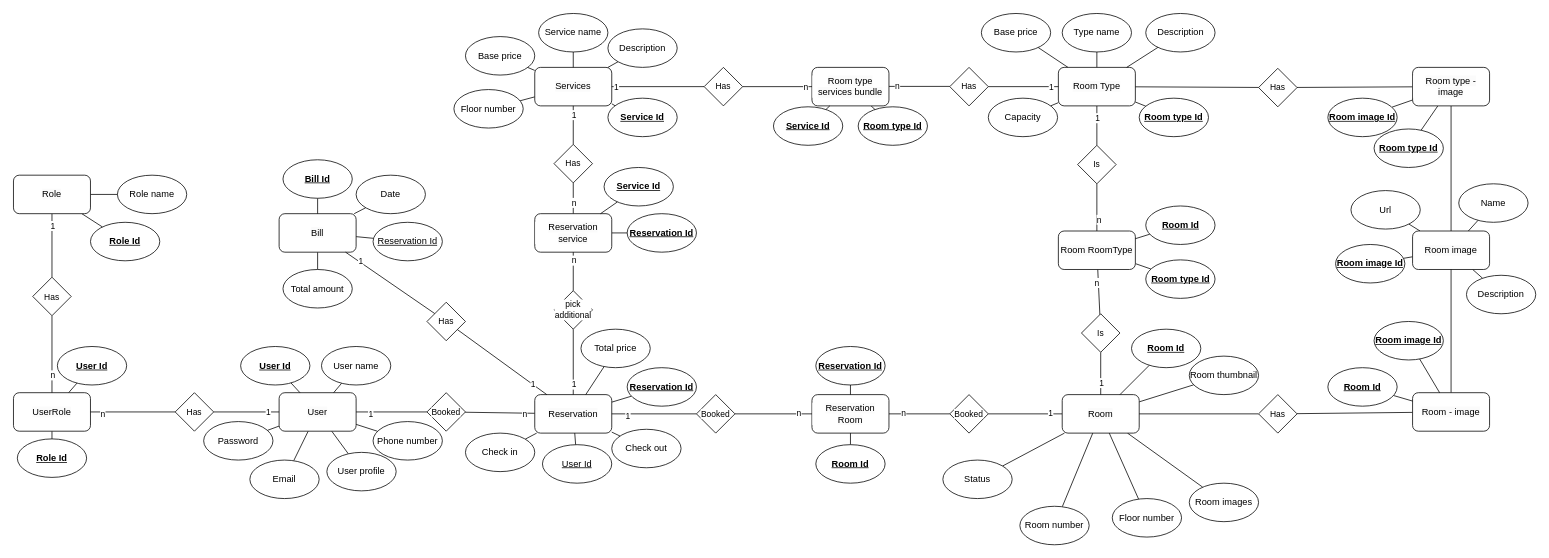
Before: doc/ER-Hotel-Management.drawio in HoangDepTraiBoDoiThe/HotelManagement, a draw.io diagram. Source tidied: cells renumbered, new cells numbered last; positions are measured from the earlier drawing's top-left corner, leaving out a move shared by most shapes. Both pictures are drawn from the tidied source at 77%, with x=0, y=0 at pixel (13, 13).
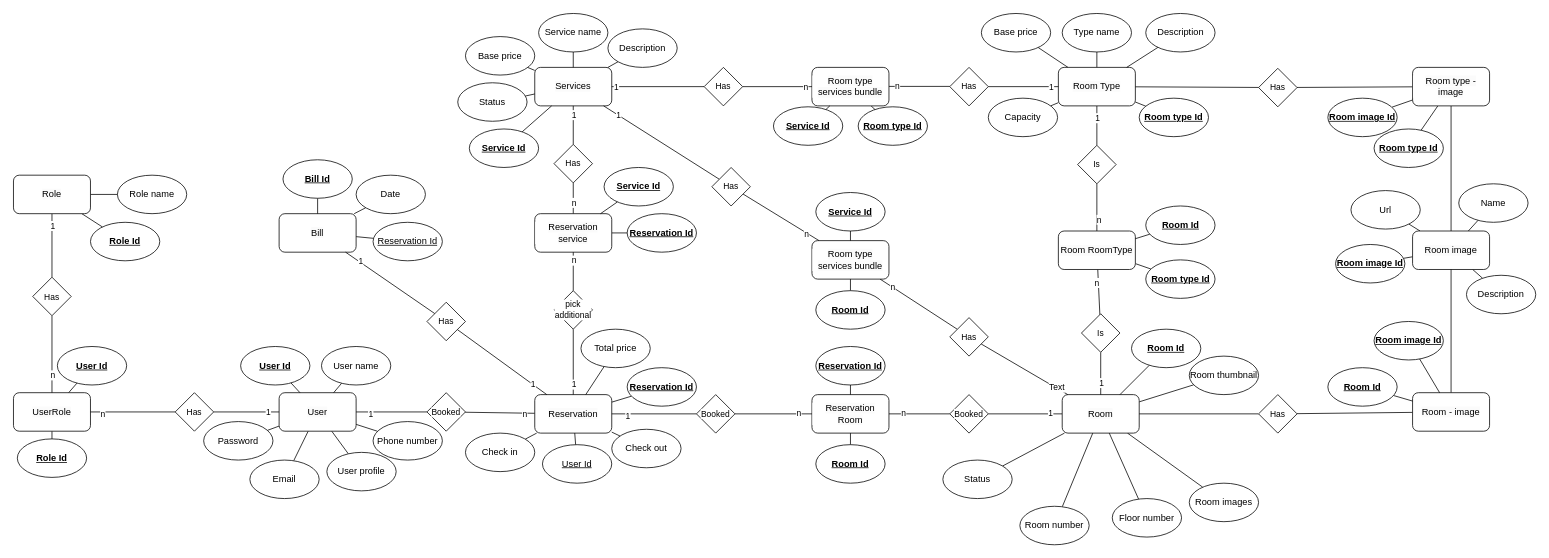
After the change.

The change refers to these unchanged cells:
```xml
<mxCell id="56" value="&lt;span style=&quot;font-size: 12px; background-color: rgb(251, 251, 251);&quot;&gt;Room&lt;/span&gt;" style="rounded=1;whiteSpace=wrap;html=1;fontFamily=Helvetica;fontSize=11;fontColor=default;labelBackgroundColor=default;" parent="1" vertex="1">
  <mxGeometry x="1362" y="495" width="100" height="50" as="geometry" />
</mxCell>
<mxCell id="85" value="&lt;span style=&quot;font-size: 12px; background-color: rgb(251, 251, 251);&quot;&gt;Services&lt;/span&gt;" style="rounded=1;whiteSpace=wrap;html=1;fontFamily=Helvetica;fontSize=11;fontColor=default;labelBackgroundColor=default;" parent="1" vertex="1">
  <mxGeometry x="677" y="70" width="100" height="50" as="geometry" />
</mxCell>
<mxCell id="142" value="&lt;span style=&quot;font-size: 12px; background-color: rgb(251, 251, 251);&quot;&gt;Bill&lt;/span&gt;" style="rounded=1;whiteSpace=wrap;html=1;fontFamily=Helvetica;fontSize=11;fontColor=default;labelBackgroundColor=default;" parent="1" vertex="1">
  <mxGeometry x="345" y="260" width="100" height="50" as="geometry" />
</mxCell>
```

The edit, as a diff of the source:
```diff
@@
-    <mxCell id="82" style="edgeStyle=none;shape=connector;rounded=0;jettySize=auto;html=1;strokeColor=default;align=center;verticalAlign=middle;fontFamily=Helvetica;fontSize=11;fontColor=default;labelBackgroundColor=default;endArrow=none;endFill=0;" parent="1" edge="1" source="85" target="86">
-      <mxGeometry relative="1" as="geometry" />
-    </mxCell>
@@
+    <mxCell id="188" style="edgeStyle=none;shape=connector;rounded=0;jettySize=auto;html=1;strokeColor=default;align=center;verticalAlign=middle;fontFamily=Helvetica;fontSize=11;fontColor=default;labelBackgroundColor=default;endArrow=none;endFill=0;" parent="1" edge="1" source="194" target="56">
+      <mxGeometry relative="1" as="geometry" />
+    </mxCell>
+    <mxCell id="189" value="Text" style="edgeLabel;html=1;align=center;verticalAlign=middle;fontFamily=Helvetica;fontSize=11;fontColor=default;labelBackgroundColor=default;" parent="188" vertex="1">
+      <mxGeometry x="0.74" y="1" relative="1" as="geometry" />
+    </mxCell>
@@
-    <mxCell id="86" value="Floor number" style="ellipse;whiteSpace=wrap;html=1;fontStyle=0;" parent="1" vertex="1">
-      <mxGeometry x="572" y="98.8" width="90" height="50" as="geometry" />
-    </mxCell>
@@
     <mxCell id="88" value="Service Id" style="ellipse;whiteSpace=wrap;html=1;fontStyle=5;" parent="1" vertex="1">
-      <mxGeometry x="772" y="110" width="90" height="50" as="geometry" />
+      <mxGeometry x="592" y="150" width="90" height="50" as="geometry" />
     </mxCell>
@@
-    <mxCell id="140" style="edgeStyle=none;shape=connector;rounded=0;jettySize=auto;html=1;strokeColor=default;align=center;verticalAlign=middle;fontFamily=Helvetica;fontSize=11;fontColor=default;labelBackgroundColor=default;endArrow=none;endFill=0;" parent="1" edge="1" source="142" target="148">
-      <mxGeometry relative="1" as="geometry" />
-    </mxCell>
@@
-    <mxCell id="148" value="Total amount" style="ellipse;whiteSpace=wrap;html=1;fontStyle=0;" parent="1" vertex="1">
-      <mxGeometry x="350" y="332.5" width="90" height="50" as="geometry" />
-    </mxCell>
@@
+    <mxCell id="190" style="edgeStyle=none;shape=connector;rounded=0;jettySize=auto;html=1;strokeColor=default;align=center;verticalAlign=middle;fontFamily=Helvetica;fontSize=11;fontColor=default;labelBackgroundColor=default;endArrow=none;endFill=0;" parent="1" edge="1" source="191" target="85">
+      <mxGeometry relative="1" as="geometry" />
+    </mxCell>
+    <mxCell id="191" value="Status" style="ellipse;whiteSpace=wrap;html=1;fontStyle=0;" parent="1" vertex="1">
+      <mxGeometry x="577" y="90" width="90" height="50" as="geometry" />
+    </mxCell>
+    <mxCell id="192" style="edgeStyle=none;shape=connector;rounded=0;jettySize=auto;html=1;strokeColor=default;align=center;verticalAlign=middle;fontFamily=Helvetica;fontSize=11;fontColor=default;labelBackgroundColor=default;endArrow=none;endFill=0;" parent="1" edge="1" source="197" target="194">
+      <mxGeometry relative="1" as="geometry" />
+    </mxCell>
+    <mxCell id="193" value="n" style="edgeLabel;html=1;align=center;verticalAlign=middle;fontFamily=Helvetica;fontSize=11;fontColor=default;labelBackgroundColor=default;" parent="192" vertex="1">
+      <mxGeometry x="-0.68" relative="1" as="geometry" />
+    </mxCell>
+    <mxCell id="194" value="Has" style="rhombus;whiteSpace=wrap;html=1;fontFamily=Helvetica;fontSize=11;fontColor=default;labelBackgroundColor=default;" parent="1" vertex="1">
+      <mxGeometry x="1216" y="395" width="50" height="50" as="geometry" />
+    </mxCell>
+    <mxCell id="195" style="edgeStyle=none;shape=connector;rounded=0;jettySize=auto;html=1;strokeColor=default;align=center;verticalAlign=middle;fontFamily=Helvetica;fontSize=11;fontColor=default;labelBackgroundColor=default;endArrow=none;endFill=0;" parent="1" edge="1" source="200" target="197">
+      <mxGeometry relative="1" as="geometry" />
+    </mxCell>
+    <mxCell id="196" value="n" style="edgeLabel;html=1;align=center;verticalAlign=middle;fontFamily=Helvetica;fontSize=11;fontColor=default;labelBackgroundColor=default;" parent="195" vertex="1">
+      <mxGeometry x="0.68" y="-1" relative="1" as="geometry" />
+    </mxCell>
+    <mxCell id="197" value="&lt;span style=&quot;font-size: 12px; background-color: rgb(251, 251, 251);&quot;&gt;Room type services bundle&lt;/span&gt;" style="rounded=1;whiteSpace=wrap;html=1;fontFamily=Helvetica;fontSize=11;fontColor=default;labelBackgroundColor=default;" parent="1" vertex="1">
+      <mxGeometry x="1037" y="295" width="100" height="50" as="geometry" />
+    </mxCell>
+    <mxCell id="198" style="edgeStyle=none;shape=connector;rounded=0;jettySize=auto;html=1;strokeColor=default;align=center;verticalAlign=middle;fontFamily=Helvetica;fontSize=11;fontColor=default;labelBackgroundColor=default;endArrow=none;endFill=0;" parent="1" edge="1" source="85" target="200">
+      <mxGeometry relative="1" as="geometry" />
+    </mxCell>
+    <mxCell id="199" value="1" style="edgeLabel;html=1;align=center;verticalAlign=middle;fontFamily=Helvetica;fontSize=11;fontColor=default;labelBackgroundColor=default;" parent="198" vertex="1">
+      <mxGeometry x="-0.75" relative="1" as="geometry" />
+    </mxCell>
+    <mxCell id="200" value="Has" style="rhombus;whiteSpace=wrap;html=1;fontFamily=Helvetica;fontSize=11;fontColor=default;labelBackgroundColor=default;" parent="1" vertex="1">
+      <mxGeometry x="907" y="200" width="50" height="50" as="geometry" />
+    </mxCell>
+    <mxCell id="201" style="edgeStyle=none;shape=connector;rounded=0;jettySize=auto;html=1;strokeColor=default;align=center;verticalAlign=middle;fontFamily=Helvetica;fontSize=11;fontColor=default;labelBackgroundColor=default;endArrow=none;endFill=0;" parent="1" edge="1" source="202" target="197">
+      <mxGeometry relative="1" as="geometry" />
+    </mxCell>
+    <mxCell id="202" value="Service Id" style="ellipse;whiteSpace=wrap;html=1;fontStyle=5;" parent="1" vertex="1">
+      <mxGeometry x="1042" y="232.5" width="90" height="50" as="geometry" />
+    </mxCell>
+    <mxCell id="203" style="edgeStyle=none;shape=connector;rounded=0;jettySize=auto;html=1;strokeColor=default;align=center;verticalAlign=middle;fontFamily=Helvetica;fontSize=11;fontColor=default;labelBackgroundColor=default;endArrow=none;endFill=0;" parent="1" edge="1" source="204" target="197">
+      <mxGeometry relative="1" as="geometry" />
+    </mxCell>
+    <mxCell id="204" value="Room Id" style="ellipse;whiteSpace=wrap;html=1;fontStyle=5;" parent="1" vertex="1">
+      <mxGeometry x="1042" y="360" width="90" height="50" as="geometry" />
+    </mxCell>
```
